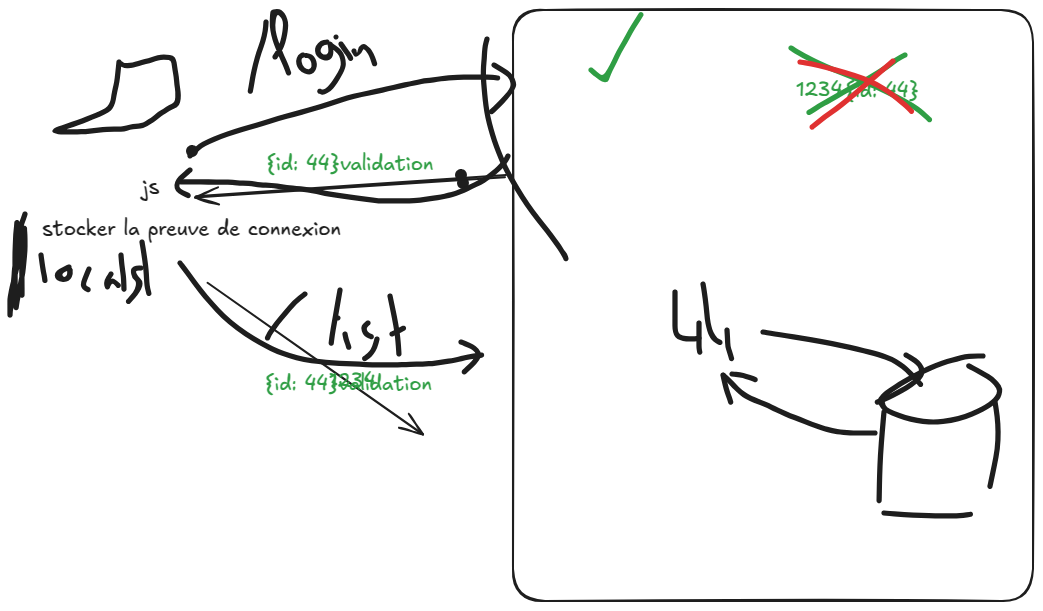
Earlier version of the Excalidraw export md/02-token.png (SebastienCHAUVEL/SB07E04-O-KANBAN-MISTRAL-SebastienCHAUVEL). Source tidied: one line per element, renumbered; positions are measured from the earlier drawing's top-left corner, leaving out a move shared by most shapes.
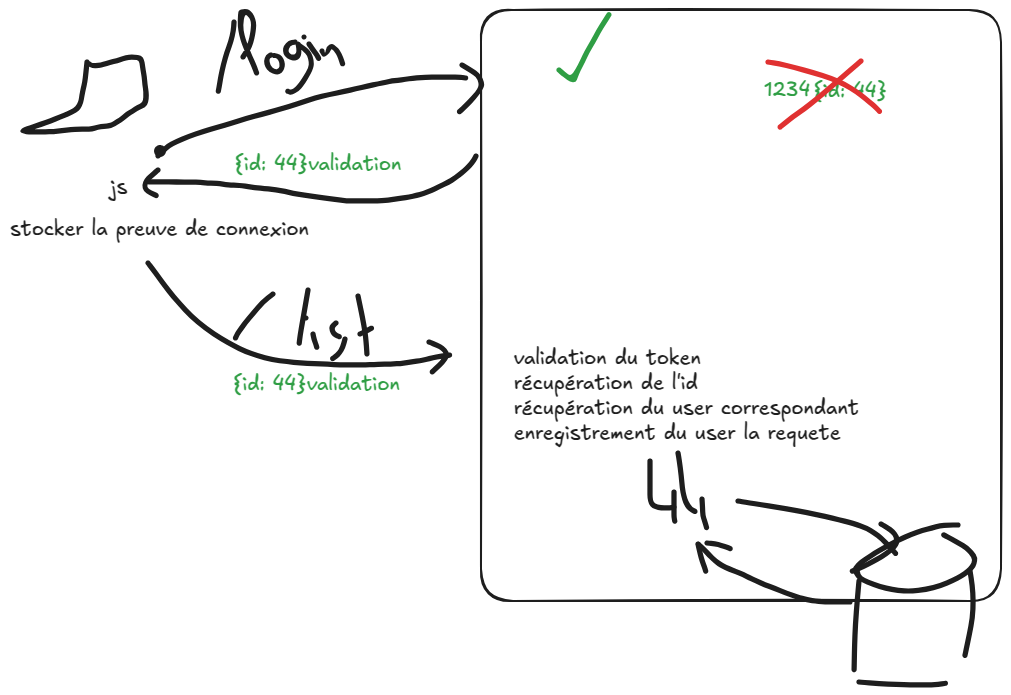
Above is the later version.

What changed in the source:
```diff
@@ -29,18 +29,19 @@
 {"id": 28, "type": "text", "text": "{id: 44}validation", "strokeColor": "#2f9e44", "strokeWidth": 2, "roughness": 1, "fontSize": 20, "fontFamily": 5, "x": 222, "y": 362, "width": 167, "height": 25}
 {"id": 29, "type": "freedraw", "strokeColor": "#e03131", "strokeWidth": 2, "roughness": 1, "x": 758, "y": 52, "width": 112, "height": 50, "points": [[0, 0], [6, 0], [19, 3], [37, 8], [61, 15], [75, 20], [87, 27], [97, 35], [102, 40], [106, 44], [110, 47], [111, 48], [112, 50], [112, 50]]}
 {"id": 30, "type": "freedraw", "strokeColor": "#e03131", "strokeWidth": 2, "roughness": 1, "x": 851, "y": 51, "width": 82, "height": 67, "points": [[0, 0], [-4, 2], [-13, 11], [-23, 20], [-43, 37], [-55, 47], [-67, 56], [-77, 62], [-81, 66], [-82, 67], [-82, 67]]}
-{"id": 31, "type": "freedraw", "strokeColor": "#1e1e1e", "strokeWidth": 2, "roughness": 1, "x": 941, "y": 346, "width": 125, "height": 67, "points": [[0, 0], [-11, 0], [-17, 0], [-24, 1], [-33, 5], [-42, 7], [-54, 12], [-67, 18], [-96, 35], [-102, 40], [-106, 45], [-107, 47], [-97, 56], [-92, 58], [-76, 63], [-63, 66], [-51, 67], [-39, 67], [-20, 63], [-7, 58], [5, 51], [9, 48], [15, 43], [17, 39], [18, 36], [18, 34], [17, 30], [11, 24], [4, 19], [-4, 15], [-12, 11], [-16, 9], [-16, 9]]}
+{"id": 31, "type": "freedraw", "strokeColor": "#1e1e1e", "strokeWidth": 2, "roughness": 1, "x": 948, "y": 515, "width": 125, "height": 67, "points": [[0, 0], [-11, 0], [-17, 0], [-24, 1], [-33, 5], [-42, 7], [-54, 12], [-67, 18], [-96, 35], [-102, 40], [-106, 45], [-107, 47], [-97, 56], [-92, 58], [-76, 63], [-63, 66], [-51, 67], [-39, 67], [-20, 63], [-7, 58], [5, 51], [9, 48], [15, 43], [17, 39], [18, 36], [18, 34], [17, 30], [11, 24], [4, 19], [-4, 15], [-12, 11], [-16, 9], [-16, 9]]}
-{"id": 32, "type": "freedraw", "strokeColor": "#1e1e1e", "strokeWidth": 2, "roughness": 1, "x": 842, "y": 402, "width": 5, "height": 94, "points": [[0, 0], [-1, 14], [-3, 33], [-5, 62], [-5, 79], [-5, 94], [-5, 94]]}
+{"id": 32, "type": "freedraw", "strokeColor": "#1e1e1e", "strokeWidth": 2, "roughness": 1, "x": 849, "y": 571, "width": 5, "height": 94, "points": [[0, 0], [-1, 14], [-3, 33], [-5, 62], [-5, 79], [-5, 94], [-5, 94]]}
-{"id": 33, "type": "freedraw", "strokeColor": "#1e1e1e", "strokeWidth": 2, "roughness": 1, "x": 842, "y": 503, "width": 88, "height": 3, "points": [[0, 0], [12, 2], [36, 3], [50, 3], [62, 3], [70, 3], [80, 3], [84, 2], [88, 1], [88, 1]]}
+{"id": 33, "type": "freedraw", "strokeColor": "#1e1e1e", "strokeWidth": 2, "roughness": 1, "x": 849, "y": 672, "width": 88, "height": 3, "points": [[0, 0], [12, 2], [36, 3], [50, 3], [62, 3], [70, 3], [80, 3], [84, 2], [88, 1], [88, 1]]}
-{"id": 34, "type": "freedraw", "strokeColor": "#1e1e1e", "strokeWidth": 2, "roughness": 1, "x": 953, "y": 392, "width": 10, "height": 89, "points": [[0, 0], [3, 9], [4, 25], [4, 41], [2, 59], [-3, 76], [-6, 89], [-6, 89]]}
+{"id": 34, "type": "freedraw", "strokeColor": "#1e1e1e", "strokeWidth": 2, "roughness": 1, "x": 960, "y": 561, "width": 10, "height": 89, "points": [[0, 0], [3, 9], [4, 25], [4, 41], [2, 59], [-3, 76], [-6, 89], [-6, 89]]}
-{"id": 35, "type": "freedraw", "strokeColor": "#1e1e1e", "strokeWidth": 2, "roughness": 1, "x": 633, "y": 282, "width": 25, "height": 47, "points": [[0, 0], [0, 5], [0, 8], [0, 25], [0, 29], [0, 37], [0, 41], [0, 42], [2, 44], [4, 45], [5, 46], [8, 47], [10, 47], [13, 47], [17, 47], [23, 47], [25, 46], [25, 46]]}
+{"id": 35, "type": "freedraw", "strokeColor": "#1e1e1e", "strokeWidth": 2, "roughness": 1, "x": 640, "y": 451, "width": 25, "height": 47, "points": [[0, 0], [0, 5], [0, 8], [0, 25], [0, 29], [0, 37], [0, 41], [0, 42], [2, 44], [4, 45], [5, 46], [8, 47], [10, 47], [13, 47], [17, 47], [23, 47], [25, 46], [25, 46]]}
-{"id": 36, "type": "freedraw", "strokeColor": "#1e1e1e", "strokeWidth": 2, "roughness": 1, "x": 657, "y": 313, "width": 1, "height": 30, "points": [[0, 0], [0, 5], [0, 9], [0, 21], [0, 26], [0, 29], [1, 30], [1, 30]]}
+{"id": 36, "type": "freedraw", "strokeColor": "#1e1e1e", "strokeWidth": 2, "roughness": 1, "x": 664, "y": 482, "width": 1, "height": 30, "points": [[0, 0], [0, 5], [0, 9], [0, 21], [0, 26], [0, 29], [1, 30], [1, 30]]}
-{"id": 37, "type": "freedraw", "strokeColor": "#1e1e1e", "strokeWidth": 2, "roughness": 1, "x": 661, "y": 274, "width": 18, "height": 59, "points": [[0, 0], [1, 5], [2, 11], [5, 36], [5, 44], [7, 49], [9, 53], [11, 56], [14, 58], [18, 59], [18, 59]]}
+{"id": 37, "type": "freedraw", "strokeColor": "#1e1e1e", "strokeWidth": 2, "roughness": 1, "x": 668, "y": 443, "width": 18, "height": 59, "points": [[0, 0], [1, 5], [2, 11], [5, 36], [5, 44], [7, 49], [9, 53], [11, 56], [14, 58], [18, 59], [18, 59]]}
-{"id": 38, "type": "freedraw", "strokeColor": "#1e1e1e", "strokeWidth": 2, "roughness": 1, "x": 685, "y": 320, "width": 5, "height": 30, "points": [[0, 0], [0, 3], [0, 7], [1, 16], [1, 22], [4, 26], [5, 30], [5, 30]]}
+{"id": 38, "type": "freedraw", "strokeColor": "#1e1e1e", "strokeWidth": 2, "roughness": 1, "x": 692, "y": 489, "width": 5, "height": 30, "points": [[0, 0], [0, 3], [0, 7], [1, 16], [1, 22], [4, 26], [5, 30], [5, 30]]}
-{"id": 39, "type": "freedraw", "strokeColor": "#1e1e1e", "strokeWidth": 2, "roughness": 1, "x": 721, "y": 322, "width": 159, "height": 54, "points": [[0, 0], [106, 17], [122, 23], [132, 27], [137, 30], [143, 36], [148, 41], [157, 51], [159, 54], [159, 54]]}
+{"id": 39, "type": "freedraw", "strokeColor": "#1e1e1e", "strokeWidth": 2, "roughness": 1, "x": 728, "y": 491, "width": 159, "height": 54, "points": [[0, 0], [106, 17], [122, 23], [132, 27], [137, 30], [143, 36], [148, 41], [157, 51], [159, 54], [159, 54]]}
-{"id": 40, "type": "freedraw", "strokeColor": "#1e1e1e", "strokeWidth": 2, "roughness": 1, "x": 864, "y": 345, "width": 48, "height": 48, "points": [[0, 0], [9, 4], [12, 7], [15, 10], [16, 12], [17, 15], [16, 21], [14, 24], [6, 30], [-7, 38], [-14, 41], [-26, 47], [-31, 48], [-31, 48]]}
+{"id": 40, "type": "freedraw", "strokeColor": "#1e1e1e", "strokeWidth": 2, "roughness": 1, "x": 871, "y": 514, "width": 48, "height": 48, "points": [[0, 0], [9, 4], [12, 7], [15, 10], [16, 12], [17, 15], [16, 21], [14, 24], [6, 30], [-7, 38], [-14, 41], [-26, 47], [-31, 48], [-31, 48]]}
-{"id": 41, "type": "freedraw", "strokeColor": "#1e1e1e", "strokeWidth": 2, "roughness": 1, "x": 833, "y": 423, "width": 152, "height": 58, "points": [[0, 0], [-3, 0], [-9, 0], [-20, 0], [-23, 0], [-30, 0], [-36, -1], [-43, -2], [-46, -3], [-54, -5], [-76, -13], [-83, -17], [-93, -20], [-100, -24], [-107, -27], [-110, -29], [-120, -33], [-126, -35], [-132, -38], [-134, -40], [-137, -43], [-140, -46], [-143, -49], [-147, -54], [-150, -56], [-151, -57], [-152, -58], [-152, -58]]}
+{"id": 41, "type": "freedraw", "strokeColor": "#1e1e1e", "strokeWidth": 2, "roughness": 1, "x": 840, "y": 592, "width": 152, "height": 58, "points": [[0, 0], [-3, 0], [-9, 0], [-20, 0], [-23, 0], [-30, 0], [-36, -1], [-43, -2], [-46, -3], [-54, -5], [-76, -13], [-83, -17], [-93, -20], [-100, -24], [-107, -27], [-110, -29], [-120, -33], [-126, -35], [-132, -38], [-134, -40], [-137, -43], [-140, -46], [-143, -49], [-147, -54], [-150, -56], [-151, -57], [-152, -58], [-152, -58]]}
-{"id": 42, "type": "freedraw", "strokeColor": "#1e1e1e", "strokeWidth": 2, "roughness": 1, "x": 681, "y": 365, "width": 8, "height": 28, "points": [[0, 0], [0, 3], [0, 10], [4, 18], [6, 23], [8, 27], [8, 28], [8, 28]]}
+{"id": 42, "type": "freedraw", "strokeColor": "#1e1e1e", "strokeWidth": 2, "roughness": 1, "x": 688, "y": 534, "width": 8, "height": 28, "points": [[0, 0], [0, 3], [0, 10], [4, 18], [6, 23], [8, 27], [8, 28], [8, 28]]}
-{"id": 43, "type": "freedraw", "strokeColor": "#1e1e1e", "strokeWidth": 2, "roughness": 1, "x": 690, "y": 364, "width": 24, "height": 6, "points": [[0, 0], [2, 0], [4, 0], [8, 0], [14, 1], [19, 4], [23, 5], [24, 6], [24, 6]]}
+{"id": 43, "type": "freedraw", "strokeColor": "#1e1e1e", "strokeWidth": 2, "roughness": 1, "x": 697, "y": 533, "width": 24, "height": 6, "points": [[0, 0], [2, 0], [4, 0], [8, 0], [14, 1], [19, 4], [23, 5], [24, 6], [24, 6]]}
 {"id": 44, "type": "freedraw", "strokeColor": "#1e1e1e", "strokeWidth": 2, "roughness": 1, "x": 466, "y": 146, "width": 327, "height": 45, "points": [[0, 0], [-1, 5], [-10, 14], [-22, 23], [-32, 29], [-50, 37], [-65, 41], [-80, 43], [-93, 45], [-111, 45], [-126, 45], [-150, 42], [-171, 39], [-190, 36], [-207, 33], [-222, 32], [-233, 30], [-244, 29], [-254, 28], [-266, 27], [-277, 26], [-286, 26], [-294, 26], [-302, 26], [-310, 26], [-318, 26], [-323, 26], [-326, 26], [-327, 26]]}
 {"id": 45, "type": "freedraw", "strokeColor": "#1e1e1e", "strokeWidth": 2, "roughness": 1, "x": 148, "y": 160, "width": 14, "height": 26, "points": [[0, 0], [-11, 7], [-14, 12], [-14, 13], [-14, 14], [-14, 18], [-14, 19], [-11, 22], [-10, 22], [-5, 24], [-4, 24], [-1, 26], [-1, 26]]}
+{"id": 46, "type": "text", "text": "validation du token\nrécupération de l'id\nrécupération du user correspondant\nenregistrement du user la requete", "strokeColor": "#1e1e1e", "strokeWidth": 2, "roughness": 1, "fontSize": 20, "fontFamily": 5, "x": 504, "y": 336, "width": 345, "height": 100}
```
